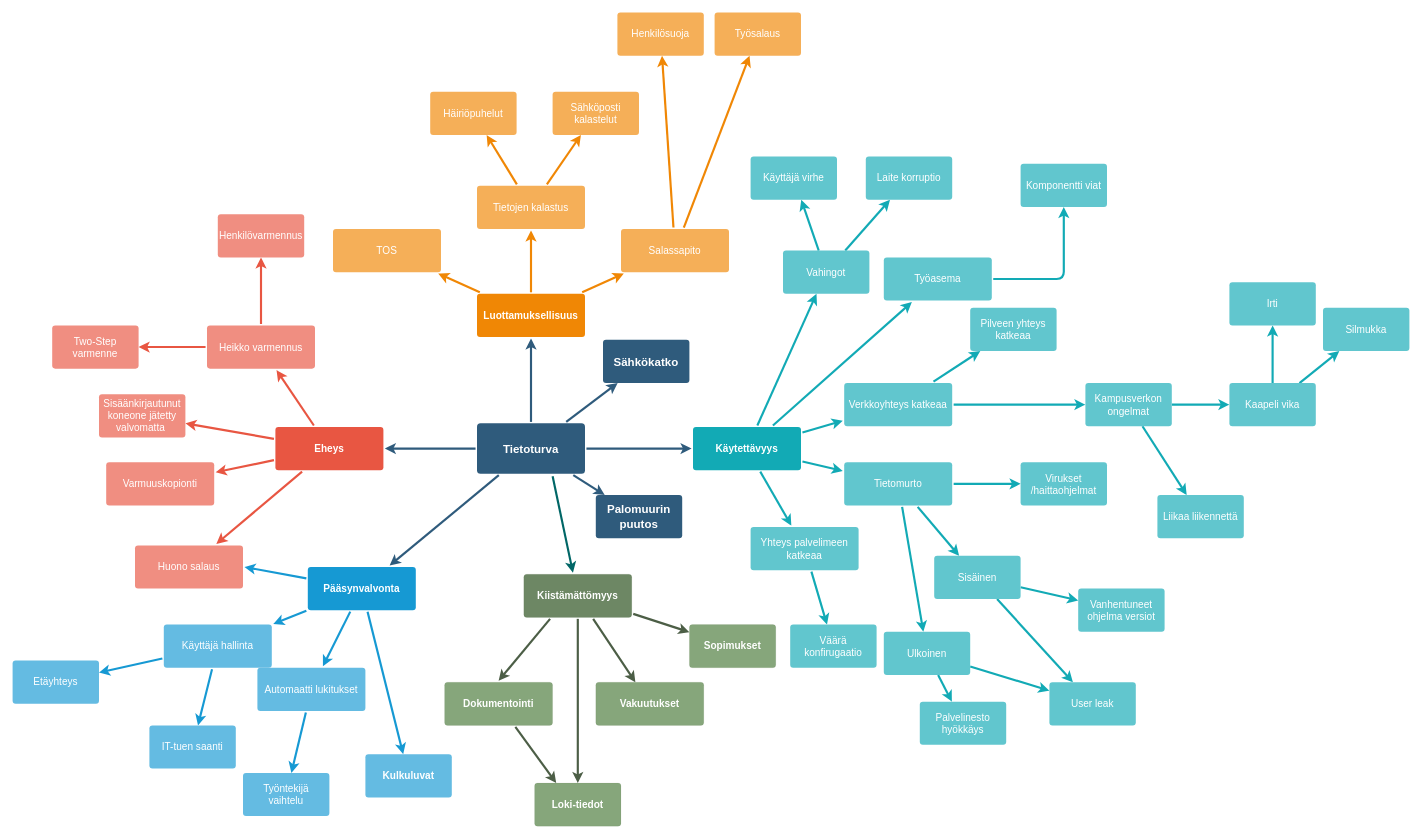
The draw.io diagram docs/TietoturvaMindMap.drawio in eeroleppalehto/Kyberturvallisuus, before the edit. Source tidied: cells renumbered, new cells numbered last; positions are measured from the earlier drawing's top-left corner, leaving out a move shared by most shapes. Both pictures are drawn from the tidied source at 72%, with x=0, y=0 at pixel (12, 12).
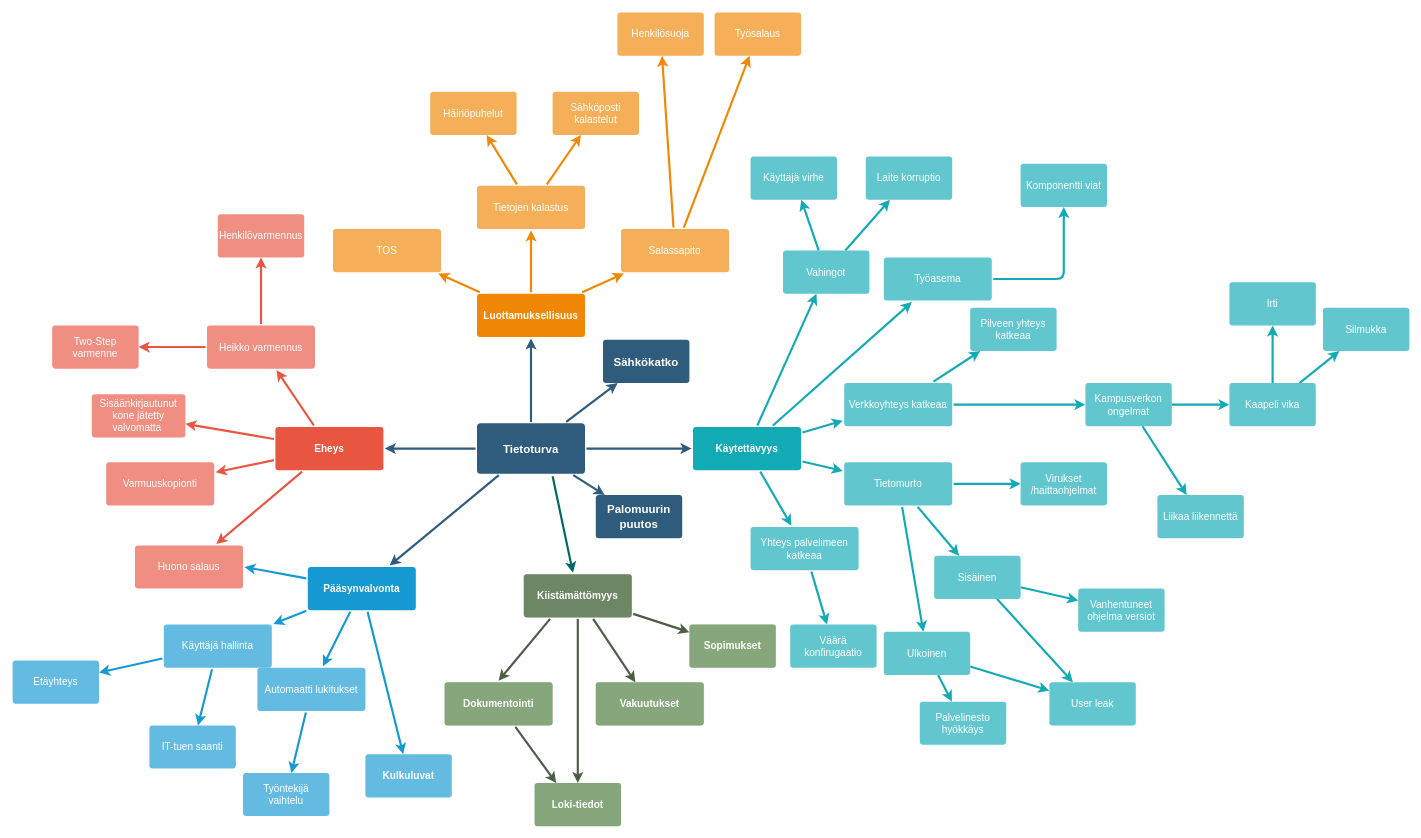
After the change.

Diff of the diagram source:
```diff
@@
-    <mxCell id="107" value="Sisäänkirjautunut koneone jätetty valvomatta&amp;nbsp;" style="whiteSpace=wrap;html=1;fontSize=14;fillColor=#f08e81;strokeColor=none;fontColor=#FFFFFF;rounded=1;shadow=0;labelBackgroundColor=none;strokeWidth=3;spacing=5;fontStyle=0;arcSize=7;" parent="1" vertex="1">
-      <mxGeometry x="120" y="530" width="120" height="60" as="geometry" />
+    <mxCell id="107" value="Sisäänkirjautunut kone jätetty valvomatta&amp;nbsp;" style="whiteSpace=wrap;html=1;fontSize=14;fillColor=#f08e81;strokeColor=none;fontColor=#FFFFFF;rounded=1;shadow=0;labelBackgroundColor=none;strokeWidth=3;spacing=5;fontStyle=0;arcSize=7;" parent="1" vertex="1">
+      <mxGeometry x="110" y="530" width="130" height="60" as="geometry" />
     </mxCell>
```
